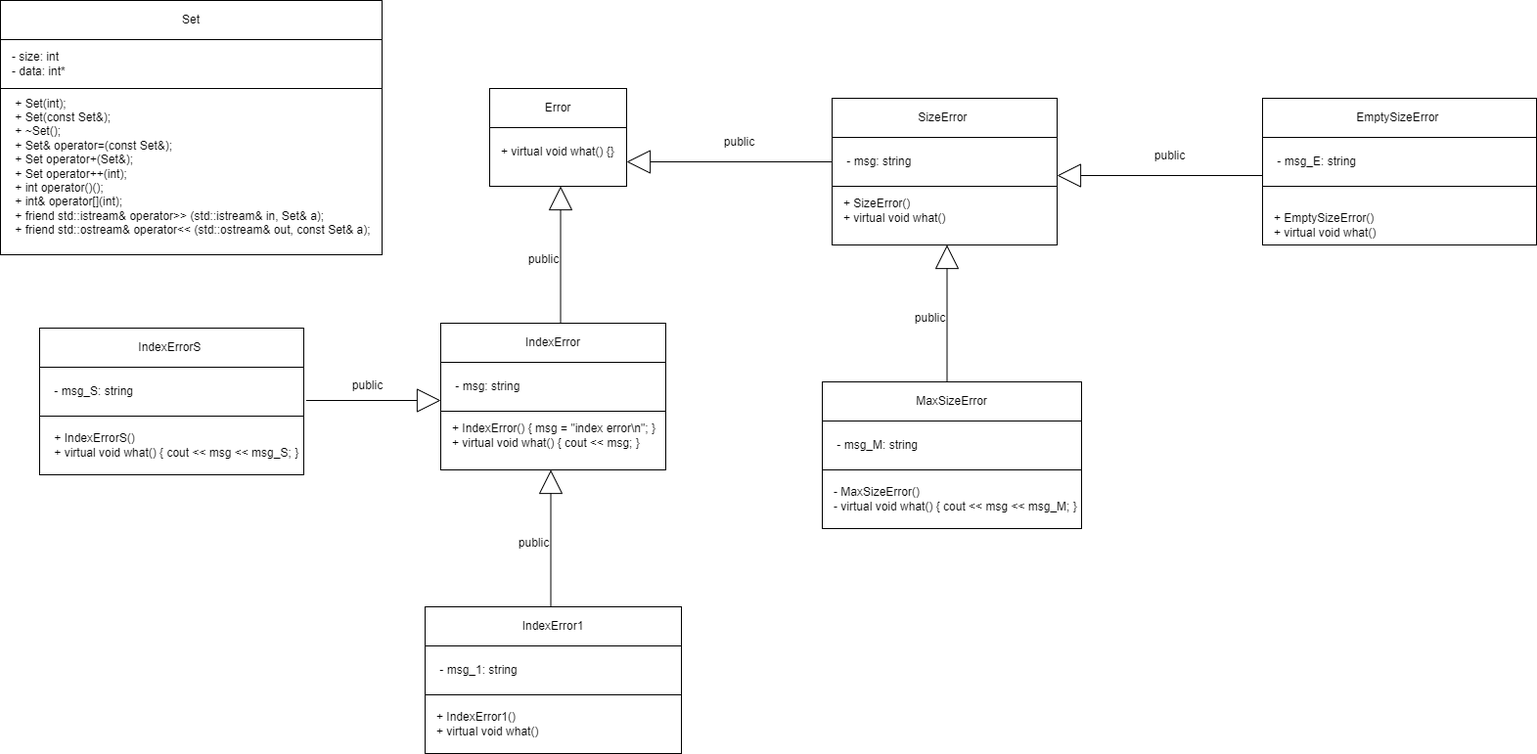
Before: 2 Семестр/Class/Лаба 11/Лаба 11 Классы.png, a diagram exported from draw.io (IlyaFedoseev227/LABS-PNRPU-IVT-22-1b). Source tidied: cells renumbered, new cells last; positions are measured from the earlier drawing's top-left corner, leaving out a move shared by most shapes.
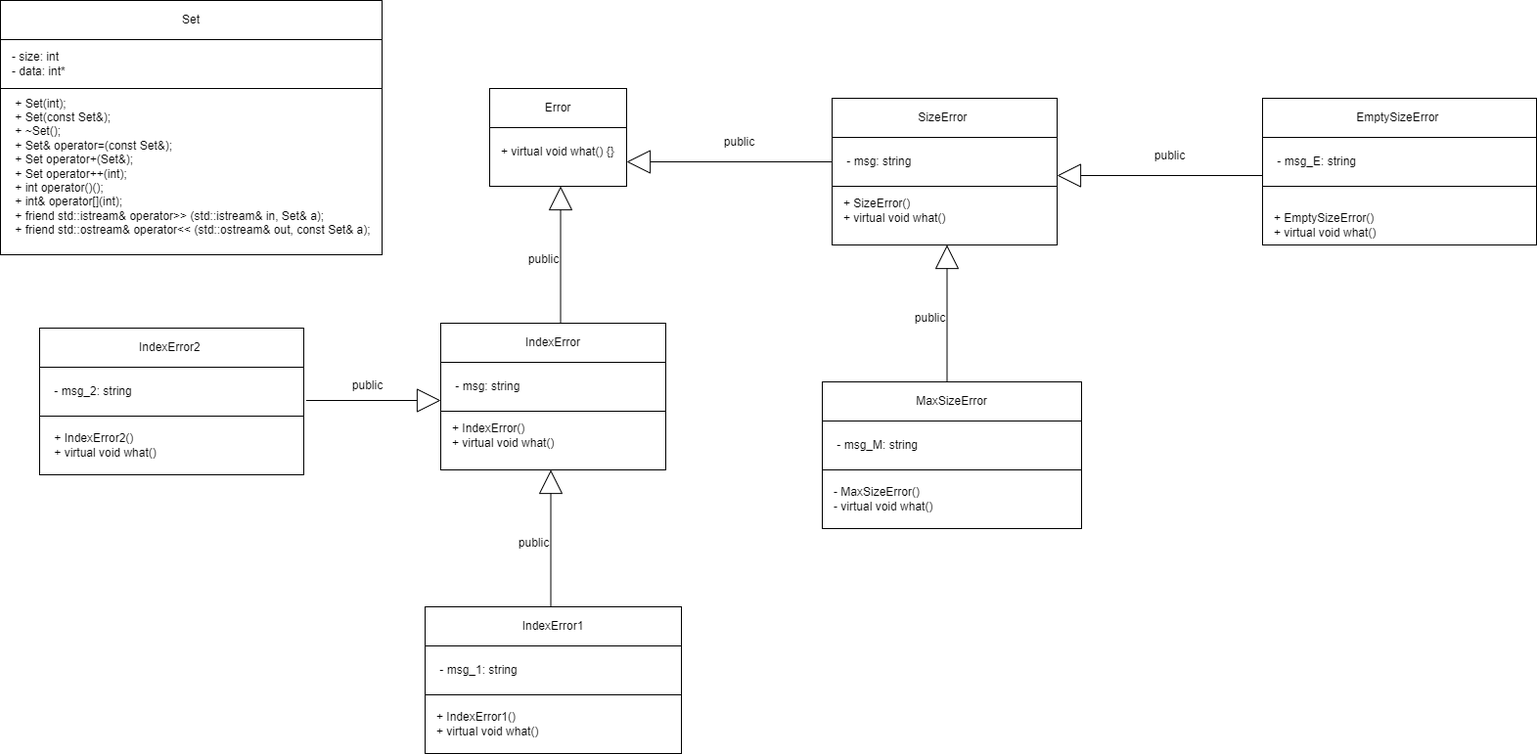
Above is the later version.

What changed in the source:
```diff
@@ -17,8 +17,8 @@
     <mxCell id="6" value="IndexError" style="rounded=0;whiteSpace=wrap;html=1;" parent="1" vertex="1">
       <mxGeometry x="450" y="330" width="230" height="40" as="geometry" />
     </mxCell>
-    <mxCell id="7" value="&lt;div&gt;+ IndexError() { msg = &quot;index error\n&quot;; }&lt;span style=&quot;&quot;&gt;&lt;/span&gt;&lt;/div&gt;&lt;div&gt;&lt;span style=&quot;white-space: pre;&quot;&gt;+ &lt;/span&gt;virtual void what() { cout &amp;lt;&amp;lt; msg; }&lt;/div&gt;" style="text;html=1;align=left;verticalAlign=middle;strokeColor=none;fillColor=none;" parent="1" vertex="1">
-      <mxGeometry x="460" y="425" width="230" height="40" as="geometry" />
+    <mxCell id="7" value="&lt;div&gt;+ IndexError()&lt;span style=&quot;&quot;&gt;&lt;/span&gt;&lt;/div&gt;&lt;div&gt;&lt;span style=&quot;white-space: pre;&quot;&gt;+ &lt;/span&gt;virtual void what()&lt;/div&gt;" style="text;html=1;align=left;verticalAlign=middle;strokeColor=none;fillColor=none;" parent="1" vertex="1">
+      <mxGeometry x="460" y="425" width="130" height="40" as="geometry" />
     </mxCell>
     <mxCell id="8" style="rounded=0;whiteSpace=wrap;html=1;" parent="1" vertex="1">
       <mxGeometry x="450" y="370" width="230" height="50" as="geometry" />
@@ -62,8 +62,8 @@
     <mxCell id="20" value="MaxSizeError" style="rounded=0;whiteSpace=wrap;html=1;" parent="1" vertex="1">
       <mxGeometry x="840" y="390" width="265" height="40" as="geometry" />
     </mxCell>
-    <mxCell id="21" value="&lt;div&gt;- MaxSizeError()&lt;/div&gt;&lt;div&gt;&lt;span style=&quot;white-space: pre;&quot;&gt;- &lt;/span&gt;virtual void what() { cout &amp;lt;&amp;lt; msg &amp;lt;&amp;lt; msg_M; }&lt;/div&gt;" style="text;html=1;align=left;verticalAlign=middle;strokeColor=none;fillColor=none;" parent="1" vertex="1">
-      <mxGeometry x="850" y="490" width="270" height="40" as="geometry" />
+    <mxCell id="21" value="&lt;div&gt;- MaxSizeError()&lt;/div&gt;&lt;div&gt;&lt;span style=&quot;white-space: pre;&quot;&gt;- &lt;/span&gt;virtual void what()&amp;nbsp;&lt;/div&gt;" style="text;html=1;align=left;verticalAlign=middle;strokeColor=none;fillColor=none;" parent="1" vertex="1">
+      <mxGeometry x="850" y="490" width="130" height="40" as="geometry" />
     </mxCell>
     <mxCell id="22" style="rounded=0;whiteSpace=wrap;html=1;" parent="1" vertex="1">
       <mxGeometry x="840" y="430" width="265" height="50" as="geometry" />
@@ -131,16 +131,16 @@
     <mxCell id="40" style="rounded=0;whiteSpace=wrap;html=1;" parent="1" vertex="1">
       <mxGeometry x="40" y="335" width="270" height="150" as="geometry" />
     </mxCell>
-    <mxCell id="41" value="IndexErrorS&amp;nbsp;" style="rounded=0;whiteSpace=wrap;html=1;" parent="1" vertex="1">
+    <mxCell id="41" value="IndexError2&amp;nbsp;" style="rounded=0;whiteSpace=wrap;html=1;" parent="1" vertex="1">
       <mxGeometry x="40" y="335" width="270" height="40" as="geometry" />
     </mxCell>
-    <mxCell id="42" value="&lt;div&gt;&amp;nbsp; &amp;nbsp; + IndexErrorS()&lt;/div&gt;&lt;div&gt;&lt;span style=&quot;&quot;&gt;&lt;span style=&quot;&quot;&gt;&lt;span style=&quot;white-space: pre;&quot;&gt;&amp;nbsp;&amp;nbsp;&amp;nbsp;&amp;nbsp;+ &lt;/span&gt;&lt;/span&gt;virtual void what() { cout &amp;lt;&amp;lt; msg &amp;lt;&amp;lt; msg_S; }&lt;/span&gt;&lt;/div&gt;" style="text;html=1;align=left;verticalAlign=middle;strokeColor=none;fillColor=none;" parent="1" vertex="1">
-      <mxGeometry x="40" y="435" width="290" height="40" as="geometry" />
+    <mxCell id="42" value="&lt;div&gt;&amp;nbsp; &amp;nbsp; + IndexError2()&lt;/div&gt;&lt;div&gt;&lt;span style=&quot;&quot;&gt;&lt;span style=&quot;&quot;&gt;&lt;span style=&quot;white-space: pre;&quot;&gt;&amp;nbsp;&amp;nbsp;&amp;nbsp;&amp;nbsp;+ &lt;/span&gt;&lt;/span&gt;virtual void what()&lt;/span&gt;&lt;/div&gt;" style="text;html=1;align=left;verticalAlign=middle;strokeColor=none;fillColor=none;" parent="1" vertex="1">
+      <mxGeometry x="40" y="435" width="140" height="40" as="geometry" />
     </mxCell>
     <mxCell id="43" style="rounded=0;whiteSpace=wrap;html=1;" parent="1" vertex="1">
       <mxGeometry x="40" y="375" width="270" height="50" as="geometry" />
     </mxCell>
-    <mxCell id="44" value="&amp;nbsp;- msg_S: string" style="text;html=1;align=left;verticalAlign=middle;strokeColor=none;fillColor=none;" parent="1" vertex="1">
+    <mxCell id="44" value="&amp;nbsp;- msg_2: string" style="text;html=1;align=left;verticalAlign=middle;strokeColor=none;fillColor=none;" parent="1" vertex="1">
       <mxGeometry x="50" y="385" width="110" height="30" as="geometry" />
     </mxCell>
     <mxCell id="45" style="edgeStyle=orthogonalEdgeStyle;rounded=0;orthogonalLoop=1;jettySize=auto;html=1;endArrow=block;endFill=0;strokeWidth=1;endSize=22;exitX=0.5;exitY=0;exitDx=0;exitDy=0;" parent="1" edge="1">
```
